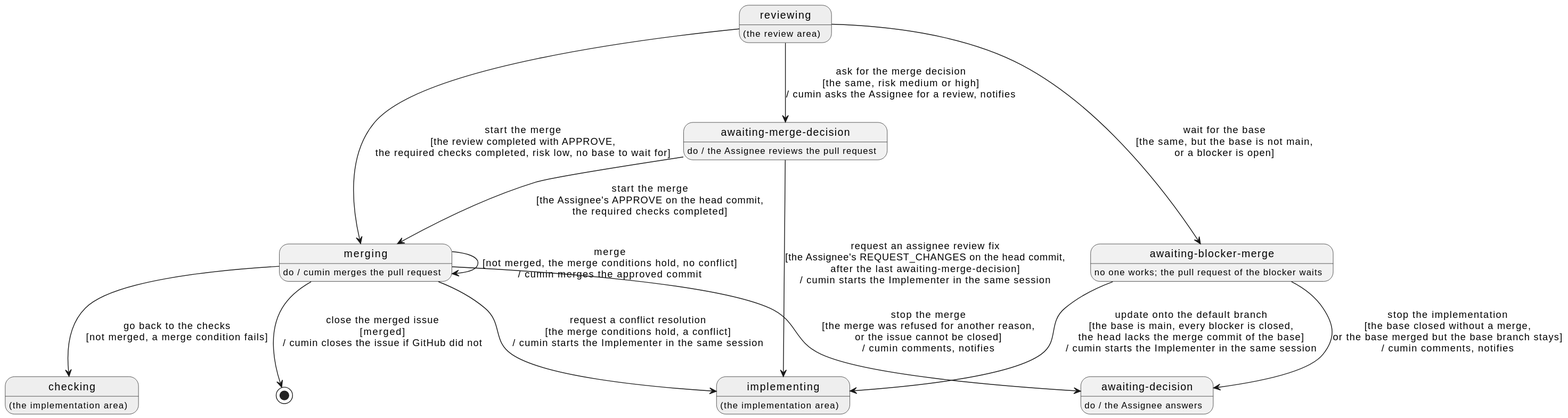
This is docs/ja/requirements/merge/overview.svg from cloveclovedev/cumin-works, a PlantUML export, as it was before one commit.
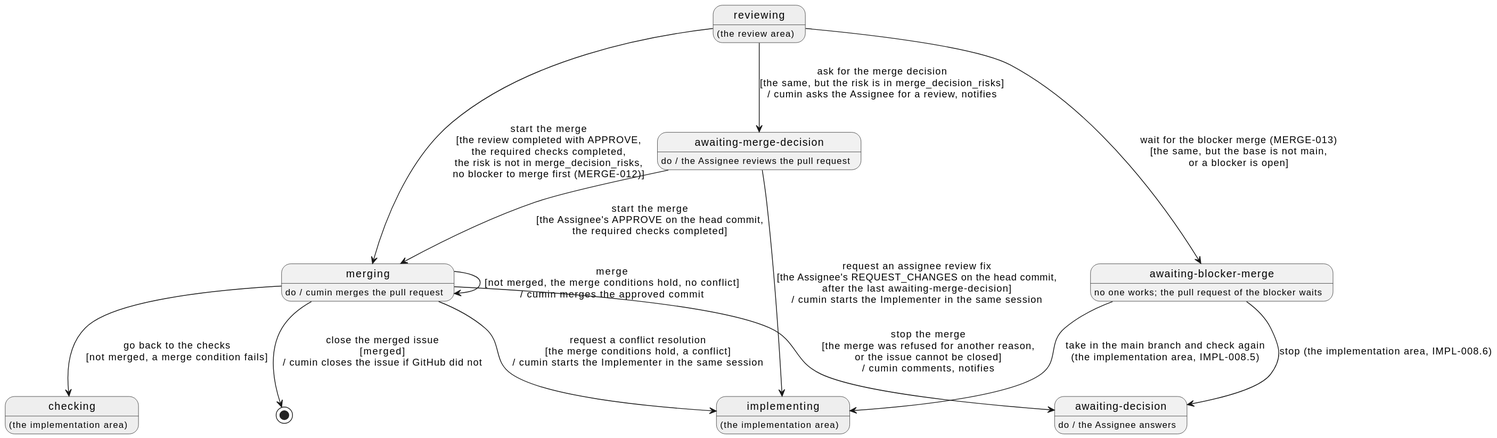
The same file after the commit.

Commit message:
docs(requirements): choose by a setting which risks need a merge decision

Diff of the diagram source:
```diff
@@ -23,13 +23,13 @@
 state "awaiting-decision" as Decision
 Decision : do / the Assignee answers
 
-Reviewing --> Merging : start the merge\n[the review completed with APPROVE,\nthe required checks completed, risk low, no base to wait for]
-Reviewing --> MergeDecision : ask for the merge decision\n[the same, risk medium or high]\n/ cumin asks the Assignee for a review, notifies
+Reviewing --> Merging : start the merge\n[the review completed with APPROVE,\nthe required checks completed,\nthe risk is not in merge_decision_risks,\nno blocker to merge first (MERGE-012)]
+Reviewing --> MergeDecision : ask for the merge decision\n[the same, but the risk is in merge_decision_risks]\n/ cumin asks the Assignee for a review, notifies
 MergeDecision --> Merging : start the merge\n[the Assignee's APPROVE on the head commit,\nthe required checks completed]
 MergeDecision --> Implementing : request an assignee review fix\n[the Assignee's REQUEST_CHANGES on the head commit,\nafter the last awaiting-merge-decision]\n/ cumin starts the Implementer in the same session
-Reviewing --> AwaitingBase : wait for the base\n[the same, but the base is not main,\nor a blocker is open]
-AwaitingBase --> Implementing : update onto the default branch\n[the base is main, every blocker is closed,\nthe head lacks the merge commit of the base]\n/ cumin starts the Implementer in the same session
-AwaitingBase --> Decision : stop the implementation\n[the base closed without a merge,\nor the base merged but the base branch stays]\n/ cumin comments, notifies
+Reviewing --> AwaitingBase : wait for the blocker merge (MERGE-013)\n[the same, but the base is not main,\nor a blocker is open]
+AwaitingBase --> Implementing : take in the main branch and check again\n(the implementation area, IMPL-008.5)
+AwaitingBase --> Decision : stop (the implementation area, IMPL-008.6)
 Merging --> Merging : merge\n[not merged, the merge conditions hold, no conflict]\n/ cumin merges the approved commit
 Merging --> [*] : close the merged issue\n[merged]\n/ cumin closes the issue if GitHub did not
 Merging --> Checking : go back to the checks\n[not merged, a merge condition fails]
```
